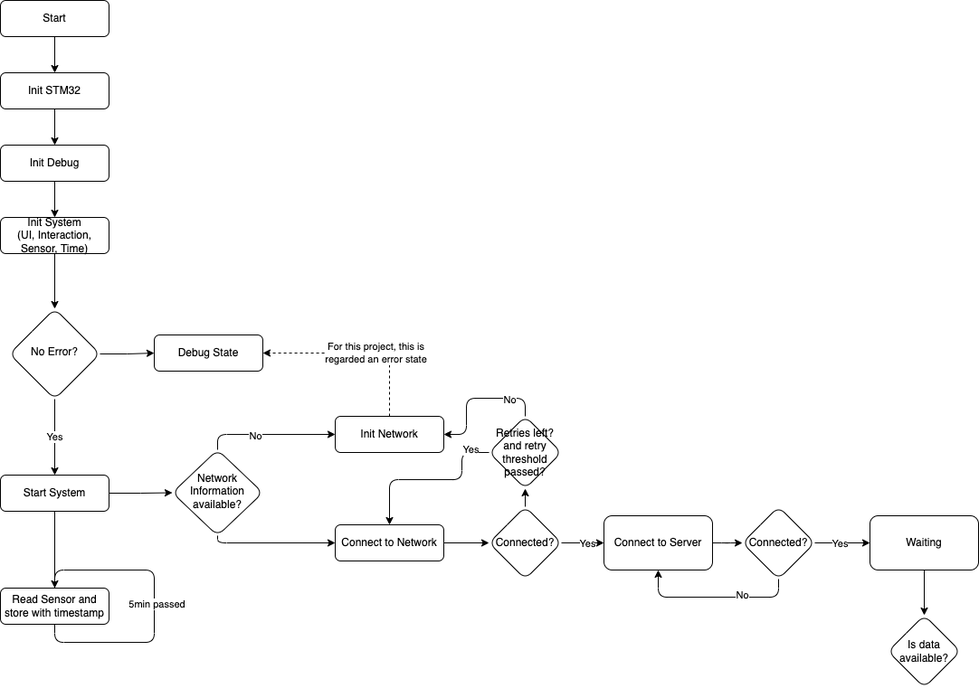
Earlier version of the draw.io export week-4-state-machine-flowchart.drawio.png (martenbiehl/making-embedded-systems-exercises). Source tidied: cells renumbered, new cells last; positions are measured from the earlier drawing's top-left corner, leaving out a move shared by most shapes.
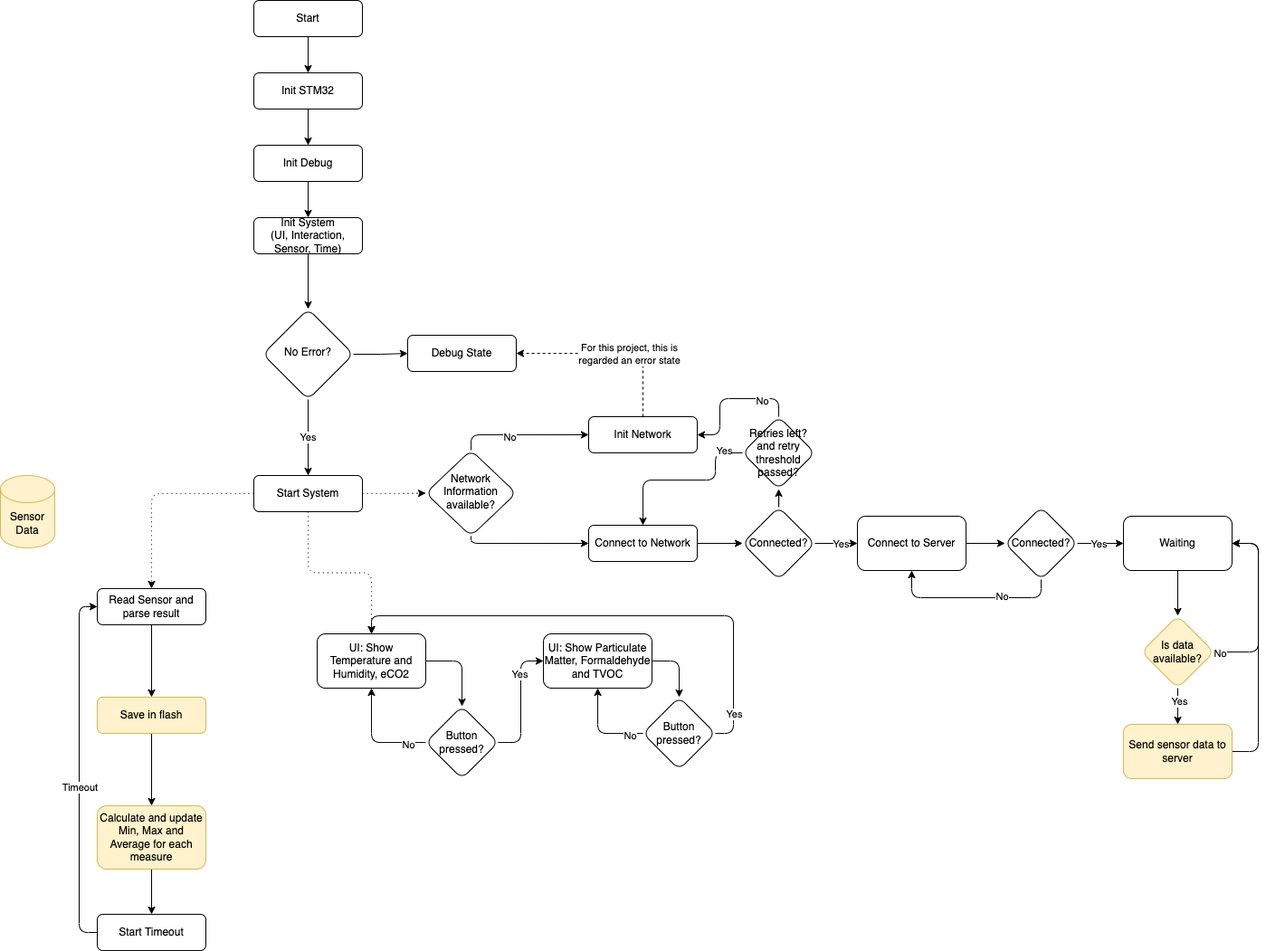
After the commit.

The edit, as a diff of the source:
```diff
@@ -45,12 +45,15 @@
     <mxCell id="14" value="Init STM32" style="rounded=1;whiteSpace=wrap;html=1;fontSize=12;glass=0;strokeWidth=1;shadow=0;" parent="1" vertex="1">
       <mxGeometry y="80" width="120" height="40" as="geometry" />
     </mxCell>
-    <mxCell id="15" style="edgeStyle=orthogonalEdgeStyle;rounded=1;jettySize=auto;html=1;entryX=0.5;entryY=0;entryDx=0;entryDy=0;" parent="1" edge="1" source="17" target="24">
+    <mxCell id="15" style="edgeStyle=orthogonalEdgeStyle;rounded=1;jettySize=auto;html=1;entryX=0.5;entryY=0;entryDx=0;entryDy=0;dashed=1;dashPattern=1 4;" parent="1" edge="1" source="17" target="24">
       <mxGeometry relative="1" as="geometry" />
     </mxCell>
-    <mxCell id="16" style="edgeStyle=orthogonalEdgeStyle;rounded=0;jettySize=auto;html=1;entryX=0;entryY=0.5;entryDx=0;entryDy=0;" parent="1" edge="1" source="17" target="28">
+    <mxCell id="16" style="edgeStyle=orthogonalEdgeStyle;rounded=0;jettySize=auto;html=1;entryX=0;entryY=0.5;entryDx=0;entryDy=0;dashed=1;dashPattern=1 4;" parent="1" edge="1" source="17" target="28">
       <mxGeometry relative="1" as="geometry" />
     </mxCell>
+    <mxCell id="50" style="edgeStyle=orthogonalEdgeStyle;rounded=1;jettySize=auto;html=1;dashed=1;dashPattern=1 4;" parent="1" edge="1" source="17" target="60">
+      <mxGeometry relative="1" as="geometry" />
+    </mxCell>
     <mxCell id="17" value="Start System" style="rounded=1;whiteSpace=wrap;html=1;fontSize=12;glass=0;strokeWidth=1;shadow=0;" parent="1" vertex="1">
       <mxGeometry y="525" width="120" height="40" as="geometry" />
     </mxCell>
@@ -66,21 +69,11 @@
     <mxCell id="21" value="Debug State" style="rounded=1;whiteSpace=wrap;html=1;fontSize=12;glass=0;strokeWidth=1;shadow=0;" parent="1" vertex="1">
       <mxGeometry x="170" y="370" width="120" height="40" as="geometry" />
     </mxCell>
-    <mxCell id="22" style="edgeStyle=orthogonalEdgeStyle;rounded=1;orthogonalLoop=1;jettySize=auto;html=1;entryX=0.5;entryY=0;entryDx=0;entryDy=0;" parent="1" edge="1" source="24" target="24">
-      <mxGeometry relative="1" as="geometry">
-        <Array as="points">
-          <mxPoint x="60" y="630" />
-          <mxPoint x="170" y="630" />
-          <mxPoint x="170" y="710" />
-          <mxPoint x="60" y="710" />
-        </Array>
-      </mxGeometry>
-    </mxCell>
-    <mxCell id="23" value="5min passed" style="edgeLabel;html=1;align=center;verticalAlign=middle;" parent="22" vertex="1">
-      <mxGeometry x="-0.12" y="3" relative="1" as="geometry" />
-    </mxCell>
+    <mxCell id="51" style="edgeStyle=orthogonalEdgeStyle;rounded=1;jettySize=auto;html=1;" parent="1" edge="1" source="24" target="74">
+      <mxGeometry relative="1" as="geometry" />
+    </mxCell>
-    <mxCell id="24" value="Read Sensor and store with timestamp" style="rounded=1;whiteSpace=wrap;html=1;fontSize=12;glass=0;strokeWidth=1;shadow=0;" parent="1" vertex="1">
-      <mxGeometry y="650" width="120" height="40" as="geometry" />
+    <mxCell id="24" value="Read Sensor and parse result" style="rounded=1;whiteSpace=wrap;html=1;fontSize=12;glass=0;strokeWidth=1;shadow=0;" parent="1" vertex="1">
+      <mxGeometry x="-173" y="650" width="120" height="40" as="geometry" />
     </mxCell>
     <mxCell id="25" style="edgeStyle=orthogonalEdgeStyle;rounded=1;jettySize=auto;html=1;entryX=0;entryY=0.5;entryDx=0;entryDy=0;" parent="1" edge="1" source="28" target="12">
       <mxGeometry relative="1" as="geometry">
@@ -137,7 +130,7 @@
     <mxCell id="39" style="edgeStyle=orthogonalEdgeStyle;rounded=1;jettySize=auto;html=1;entryX=0.5;entryY=1;entryDx=0;entryDy=0;" parent="1" edge="1" source="41" target="36">
       <mxGeometry relative="1" as="geometry">
         <Array as="points">
-          <mxPoint x="860" y="660" />
+          <mxPoint x="870" y="660" />
           <mxPoint x="727" y="660" />
         </Array>
       </mxGeometry>
@@ -146,7 +139,7 @@
       <mxGeometry x="-0.33" y="-2" relative="1" as="geometry" />
     </mxCell>
     <mxCell id="41" value="Connected?" style="rhombus;whiteSpace=wrap;html=1;rounded=1;glass=0;strokeWidth=1;shadow=0;" parent="1" vertex="1">
-      <mxGeometry x="820" y="560" width="80" height="80" as="geometry" />
+      <mxGeometry x="830" y="560" width="80" height="80" as="geometry" />
     </mxCell>
     <mxCell id="42" style="edgeStyle=orthogonalEdgeStyle;rounded=1;jettySize=auto;html=1;" parent="1" edge="1" source="43" target="44">
       <mxGeometry relative="1" as="geometry" />
@@ -154,7 +147,24 @@
     <mxCell id="43" value="Waiting" style="whiteSpace=wrap;html=1;rounded=1;glass=0;strokeWidth=1;shadow=0;" parent="1" vertex="1">
       <mxGeometry x="961" y="570" width="120" height="60" as="geometry" />
     </mxCell>
+    <mxCell id="52" style="edgeStyle=orthogonalEdgeStyle;rounded=1;jettySize=auto;html=1;" parent="1" edge="1" source="44" target="58">
+      <mxGeometry relative="1" as="geometry" />
+    </mxCell>
+    <mxCell id="53" value="Yes" style="edgeLabel;html=1;align=center;verticalAlign=middle;" parent="52" vertex="1">
+      <mxGeometry x="-0.27" y="2" relative="1" as="geometry" />
+    </mxCell>
+    <mxCell id="54" style="edgeStyle=orthogonalEdgeStyle;rounded=1;jettySize=auto;html=1;entryX=1;entryY=0.5;entryDx=0;entryDy=0;" parent="1" edge="1" source="44" target="43">
+      <mxGeometry relative="1" as="geometry">
+        <Array as="points">
+          <mxPoint x="1110" y="720" />
+          <mxPoint x="1110" y="600" />
+        </Array>
+      </mxGeometry>
+    </mxCell>
+    <mxCell id="55" value="No" style="edgeLabel;html=1;align=center;verticalAlign=middle;" parent="54" vertex="1">
+      <mxGeometry x="-0.93" y="-1" relative="1" as="geometry" />
+    </mxCell>
-    <mxCell id="44" value="Is data available?" style="rhombus;whiteSpace=wrap;html=1;rounded=1;glass=0;strokeWidth=1;shadow=0;" parent="1" vertex="1">
+    <mxCell id="44" value="Is data available?" style="rhombus;whiteSpace=wrap;html=1;rounded=1;glass=0;strokeWidth=1;shadow=0;fillColor=#fff2cc;strokeColor=#d6b656;" parent="1" vertex="1">
       <mxGeometry x="981" y="680" width="80" height="80" as="geometry" />
     </mxCell>
     <mxCell id="45" style="edgeStyle=orthogonalEdgeStyle;rounded=1;jettySize=auto;html=1;entryX=0.5;entryY=0;entryDx=0;entryDy=0;exitX=0;exitY=0.5;exitDx=0;exitDy=0;" parent="1" edge="1" source="49" target="30">
@@ -184,5 +194,105 @@
     <mxCell id="49" value="Retries left? and retry threshold passed?" style="rhombus;whiteSpace=wrap;html=1;rounded=1;glass=0;strokeWidth=1;shadow=0;" parent="1" vertex="1">
       <mxGeometry x="540" y="460" width="80" height="80" as="geometry" />
     </mxCell>
+    <mxCell id="56" value="Sensor Data" style="shape=cylinder3;whiteSpace=wrap;html=1;boundedLbl=1;backgroundOutline=1;size=15;rounded=1;fillColor=#fff2cc;strokeColor=#d6b656;" parent="1" vertex="1">
+      <mxGeometry x="-280" y="525" width="60" height="80" as="geometry" />
+    </mxCell>
+    <mxCell id="57" style="edgeStyle=orthogonalEdgeStyle;rounded=1;jettySize=auto;html=1;entryX=1;entryY=0.5;entryDx=0;entryDy=0;" parent="1" edge="1" source="58" target="43">
+      <mxGeometry relative="1" as="geometry">
+        <Array as="points">
+          <mxPoint x="1110" y="830" />
+          <mxPoint x="1110" y="600" />
+        </Array>
+      </mxGeometry>
+    </mxCell>
+    <mxCell id="58" value="Send sensor data to server" style="whiteSpace=wrap;html=1;rounded=1;glass=0;strokeWidth=1;shadow=0;fillColor=#fff2cc;strokeColor=#d6b656;" parent="1" vertex="1">
+      <mxGeometry x="961" y="800" width="120" height="60" as="geometry" />
+    </mxCell>
+    <mxCell id="59" style="edgeStyle=orthogonalEdgeStyle;rounded=1;jettySize=auto;html=1;exitX=1;exitY=0.5;exitDx=0;exitDy=0;" parent="1" edge="1" source="60" target="65">
+      <mxGeometry relative="1" as="geometry" />
+    </mxCell>
+    <mxCell id="60" value="UI: Show Temperature and Humidity, eCO2" style="whiteSpace=wrap;html=1;rounded=1;glass=0;strokeWidth=1;shadow=0;" parent="1" vertex="1">
+      <mxGeometry x="70" y="700" width="120" height="60" as="geometry" />
+    </mxCell>
+    <mxCell id="61" style="edgeStyle=orthogonalEdgeStyle;rounded=1;jettySize=auto;html=1;entryX=0.5;entryY=1;entryDx=0;entryDy=0;" parent="1" edge="1" source="65" target="60">
+      <mxGeometry relative="1" as="geometry">
+        <Array as="points">
+          <mxPoint x="130" y="820" />
+        </Array>
+      </mxGeometry>
+    </mxCell>
+    <mxCell id="62" value="No" style="edgeLabel;html=1;align=center;verticalAlign=middle;" parent="61" vertex="1">
+      <mxGeometry x="-0.68" y="2" relative="1" as="geometry" />
+    </mxCell>
+    <mxCell id="63" style="edgeStyle=orthogonalEdgeStyle;rounded=1;jettySize=auto;html=1;entryX=0;entryY=0.5;entryDx=0;entryDy=0;" parent="1" edge="1" source="65" target="67">
+      <mxGeometry relative="1" as="geometry" />
+    </mxCell>
+    <mxCell id="64" value="Yes" style="edgeLabel;html=1;align=center;verticalAlign=middle;" parent="63" vertex="1">
+      <mxGeometry x="0.43" y="1" relative="1" as="geometry" />
+    </mxCell>
+    <mxCell id="65" value="Button pressed?" style="rhombus;whiteSpace=wrap;html=1;rounded=1;glass=0;strokeWidth=1;shadow=0;" parent="1" vertex="1">
+      <mxGeometry x="190" y="780" width="80" height="80" as="geometry" />
+    </mxCell>
+    <mxCell id="66" style="edgeStyle=orthogonalEdgeStyle;rounded=1;jettySize=auto;html=1;entryX=0.5;entryY=0;entryDx=0;entryDy=0;" parent="1" edge="1" source="67" target="72">
+      <mxGeometry relative="1" as="geometry">
+        <Array as="points">
+          <mxPoint x="470" y="730" />
+        </Array>
+      </mxGeometry>
+    </mxCell>
+    <mxCell id="67" value="UI: Show Particulate Matter, Formaldehyde and TVOC" style="whiteSpace=wrap;html=1;rounded=1;glass=0;strokeWidth=1;shadow=0;" parent="1" vertex="1">
+      <mxGeometry x="320" y="700" width="120" height="60" as="geometry" />
+    </mxCell>
+    <mxCell id="68" style="edgeStyle=orthogonalEdgeStyle;rounded=1;jettySize=auto;html=1;" parent="1" edge="1" source="72" target="67">
+      <mxGeometry relative="1" as="geometry">
+        <Array as="points">
+          <mxPoint x="380" y="810" />
+        </Array>
+      </mxGeometry>
+    </mxCell>
+    <mxCell id="69" value="No" style="edgeLabel;html=1;align=center;verticalAlign=middle;" parent="68" vertex="1">
+      <mxGeometry x="-0.72" y="2" relative="1" as="geometry" />
+    </mxCell>
+    <mxCell id="70" style="edgeStyle=orthogonalEdgeStyle;rounded=1;jettySize=auto;html=1;entryX=0.5;entryY=0;entryDx=0;entryDy=0;" parent="1" edge="1" source="72" target="60">
+      <mxGeometry relative="1" as="geometry">
+        <Array as="points">
+          <mxPoint x="530" y="810" />
+          <mxPoint x="530" y="680" />
+          <mxPoint x="130" y="680" />
+        </Array>
+      </mxGeometry>
+    </mxCell>
+    <mxCell id="71" value="Yes" style="edgeLabel;html=1;align=center;verticalAlign=middle;" parent="70" vertex="1">
+      <mxGeometry x="-0.85" relative="1" as="geometry" />
+    </mxCell>
+    <mxCell id="72" value="Button pressed?" style="rhombus;whiteSpace=wrap;html=1;rounded=1;glass=0;strokeWidth=1;shadow=0;" parent="1" vertex="1">
+      <mxGeometry x="430" y="770" width="80" height="80" as="geometry" />
+    </mxCell>
+    <mxCell id="73" style="edgeStyle=orthogonalEdgeStyle;rounded=1;jettySize=auto;html=1;" parent="1" edge="1" source="74" target="76">
+      <mxGeometry relative="1" as="geometry" />
+    </mxCell>
+    <mxCell id="74" value="Save in flash" style="rounded=1;whiteSpace=wrap;html=1;fontSize=12;glass=0;strokeWidth=1;shadow=0;fillColor=#fff2cc;strokeColor=#d6b656;" parent="1" vertex="1">
+      <mxGeometry x="-173" y="770" width="120" height="40" as="geometry" />
+    </mxCell>
+    <mxCell id="75" style="edgeStyle=orthogonalEdgeStyle;rounded=1;jettySize=auto;html=1;" parent="1" edge="1" source="76" target="79">
+      <mxGeometry relative="1" as="geometry" />
+    </mxCell>
+    <mxCell id="76" value="Calculate and update Min, Max and Average for each measure" style="rounded=1;whiteSpace=wrap;html=1;fontSize=12;glass=0;strokeWidth=1;shadow=0;fillColor=#fff2cc;strokeColor=#d6b656;" parent="1" vertex="1">
+      <mxGeometry x="-173" y="890" width="120" height="70" as="geometry" />
+    </mxCell>
+    <mxCell id="77" style="edgeStyle=orthogonalEdgeStyle;rounded=1;jettySize=auto;html=1;entryX=0;entryY=0.5;entryDx=0;entryDy=0;" parent="1" edge="1" source="79" target="24">
+      <mxGeometry relative="1" as="geometry">
+        <Array as="points">
+          <mxPoint x="-193" y="1030" />
+          <mxPoint x="-193" y="670" />
+        </Array>
+      </mxGeometry>
+    </mxCell>
+    <mxCell id="78" value="Timeout" style="edgeLabel;html=1;align=center;verticalAlign=middle;" parent="77" vertex="1">
+      <mxGeometry x="-0.09" y="-1" relative="1" as="geometry" />
+    </mxCell>
+    <mxCell id="79" value="Start Timeout" style="rounded=1;whiteSpace=wrap;html=1;fontSize=12;glass=0;strokeWidth=1;shadow=0;" parent="1" vertex="1">
+      <mxGeometry x="-173" y="1010" width="120" height="40" as="geometry" />
+    </mxCell>
   </root>
 </mxGraphModel>
```
